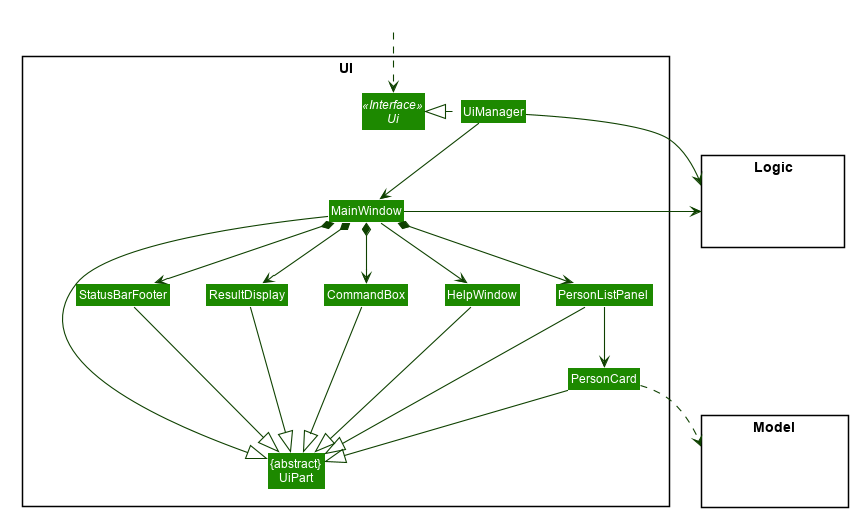
Above: docs/images/UiClassDiagram.png in nus-cs2103-AY2021S2/tp (PlantUML), before the change.
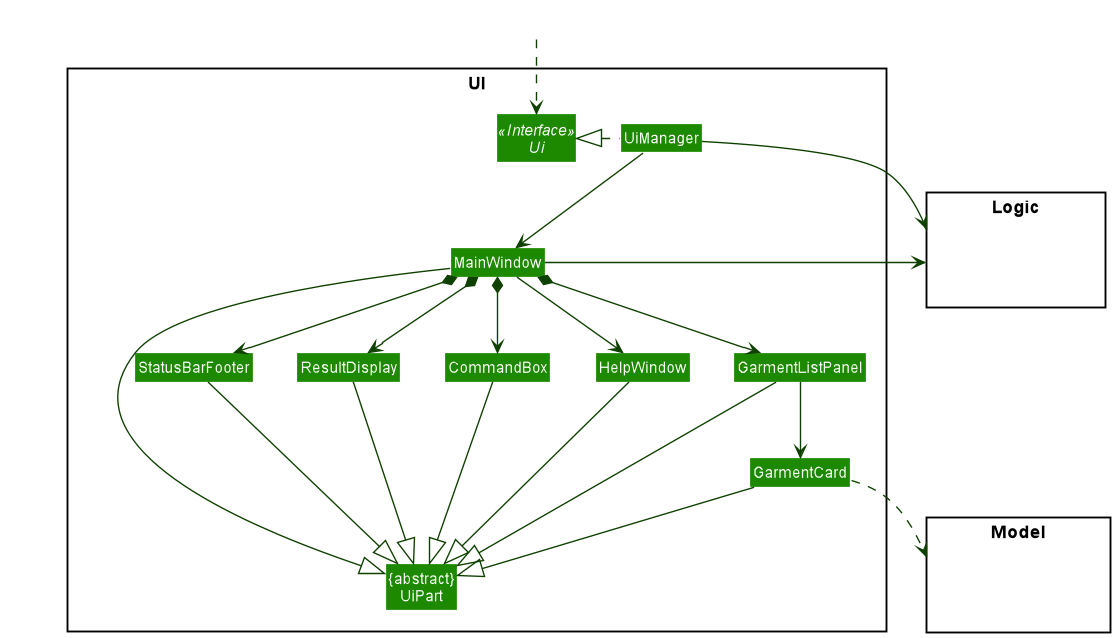
Above is the later version.

Diff of the diagram source:
```diff
@@ -1,55 +1,8 @@
 @startuml
-
-
-
-
-
-
-
-
-skinparam BackgroundColor #FFFFFFF
-
-skinparam Shadowing false
-
-skinparam Class {
-    FontColor #FFFFFF
-    BorderThickness 1
-    BorderColor #FFFFFF
-    StereotypeFontColor #FFFFFF
-    FontName Arial
-}
-
-skinparam Actor {
-    BorderColor #000000
-    Color #000000
-    FontName Arial
-}
-
-skinparam Sequence {
-    MessageAlign center
-    BoxFontSize 15
-    BoxPadding 0
-    BoxFontColor #FFFFFF
-    FontName Arial
-}
-
-skinparam Participant {
-    FontColor #FFFFFFF
-    Padding 20
-}
-
-skinparam MinClassWidth 50
-skinparam ParticipantPadding 10
-skinparam Shadowing false
-skinparam DefaultTextAlignment center
-skinparam packageStyle Rectangle
-
-hide footbox
-hide members
-hide circle
+!include style.puml
 skinparam arrowThickness 1.1
-skinparam arrowColor #0E4100
-skinparam classBackgroundColor #1D8900
+skinparam arrowColor UI_COLOR_T4
+skinparam classBackgroundColor UI_COLOR
 
 package UI <<Rectangle>>{
 Interface Ui <<Interface>>
@@ -58,8 +11,8 @@
 Class MainWindow
 Class HelpWindow
 Class ResultDisplay
-Class PersonListPanel
-Class PersonCard
+Class GarmentListPanel
+Class GarmentCard
 Class StatusBarFooter
 Class CommandBox
 }
@@ -80,25 +33,25 @@
 MainWindow --> HelpWindow
 MainWindow *-down-> CommandBox
 MainWindow *-down-> ResultDisplay
-MainWindow *-down-> PersonListPanel
+MainWindow *-down-> GarmentListPanel
 MainWindow *-down-> StatusBarFooter
 
-PersonListPanel -down-> PersonCard
+GarmentListPanel -down-> GarmentCard
 
 MainWindow -left-|> UiPart
 
 ResultDisplay --|> UiPart
 CommandBox --|> UiPart
-PersonListPanel --|> UiPart
-PersonCard --|> UiPart
+GarmentListPanel --|> UiPart
+GarmentCard --|> UiPart
 StatusBarFooter --|> UiPart
 HelpWindow -down-|> UiPart
 
-PersonCard ..> Model
+GarmentCard ..> Model
 UiManager -right-> Logic
 MainWindow -left-> Logic
 
-PersonListPanel -[hidden]left- HelpWindow
+GarmentListPanel -[hidden]left- HelpWindow
 HelpWindow -[hidden]left- CommandBox
 CommandBox -[hidden]left- ResultDisplay
 ResultDisplay -[hidden]left- StatusBarFooter
```
